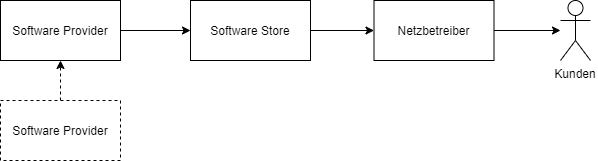
Earlier version of the draw.io export Ausarbeitung/text/pictures/supplychain.png (hesty98/bachelorthesis). Source tidied: cells renumbered, new cells last; positions are measured from the earlier drawing's top-left corner, leaving out a move shared by most shapes.
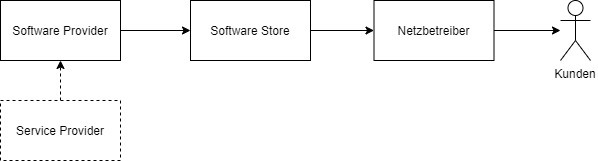
Later version of the same file.

Change to the diagram source:
```diff
@@ -26,7 +26,7 @@
     <mxCell id="9" style="edgeStyle=orthogonalEdgeStyle;rounded=0;jettySize=auto;html=0;exitX=0.5;exitY=0;exitDx=0;exitDy=0;entryX=0.5;entryY=1;entryDx=0;entryDy=0;dashed=1;" parent="1" edge="1" source="10" target="3">
       <mxGeometry relative="1" as="geometry" />
     </mxCell>
-    <mxCell id="10" value="Software Provider" style="rounded=0;dashed=1;" parent="1" vertex="1">
+    <mxCell id="10" value="Service Provider" style="rounded=0;dashed=1;" parent="1" vertex="1">
       <mxGeometry y="100" width="120" height="60" as="geometry" />
     </mxCell>
   </root>
```
